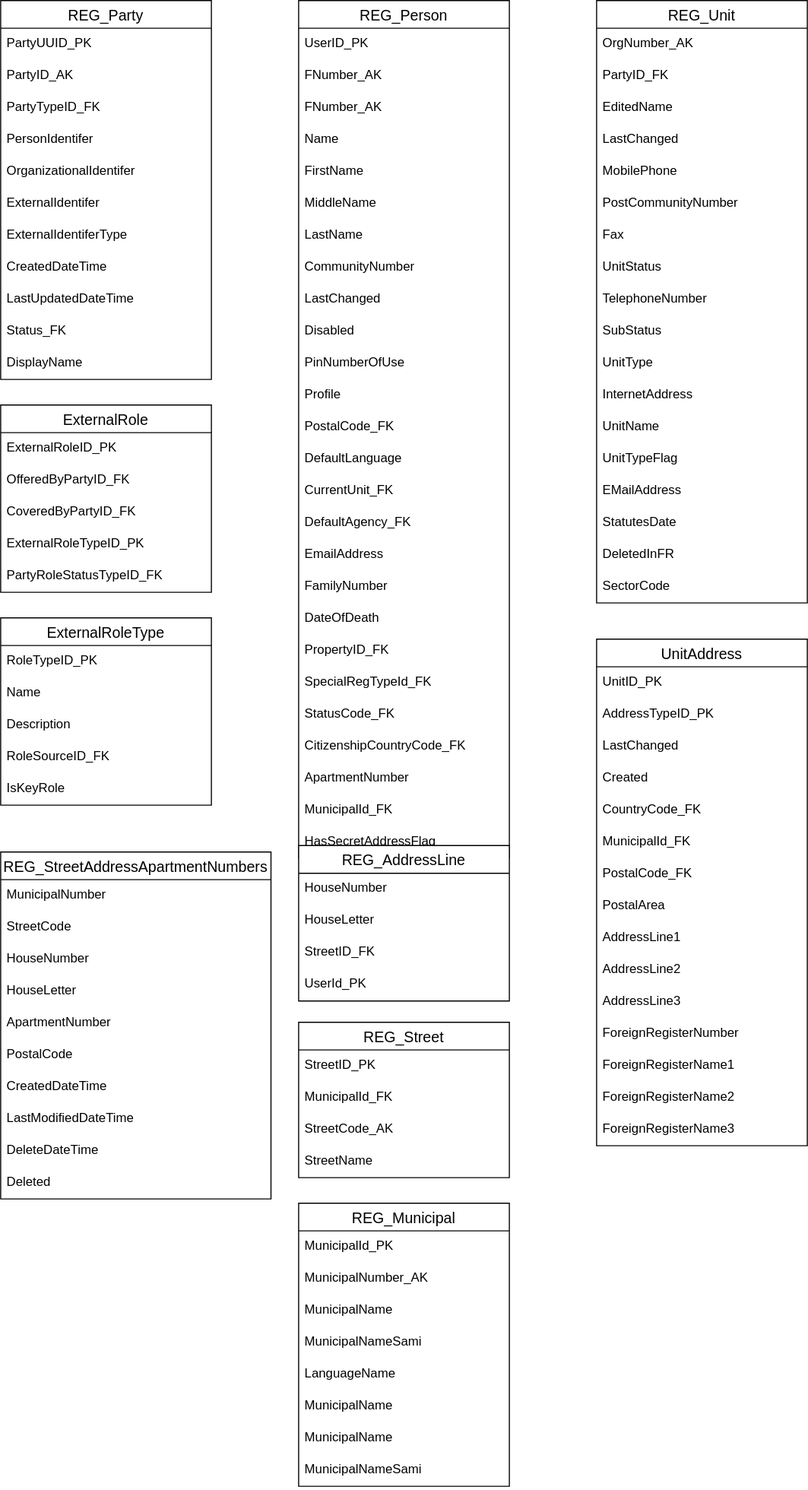
Before: content/technology/solutions/altinn-platform/register/dbdesignaltinn3.drawio.svg, a diagram exported from draw.io (Altinn/altinn-studio-docs). Source tidied: cells renumbered, new cells last; positions are measured from the earlier drawing's top-left corner, leaving out a move shared by most shapes.
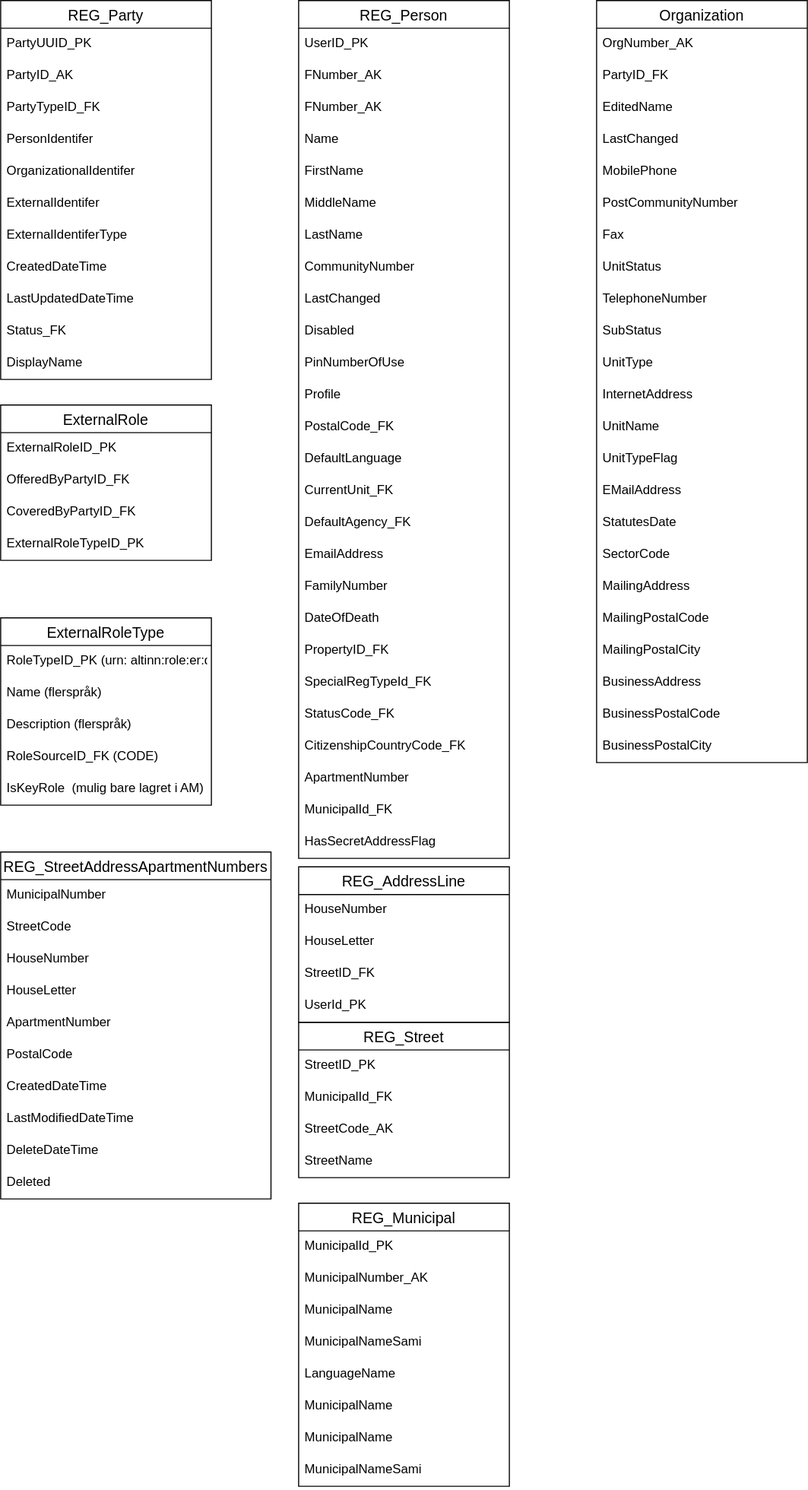
The same file after the commit.

What changed in the source:
```diff
@@ -119,8 +119,8 @@
     <mxCell id="40" value="HasSecretAddressFlag" style="text;strokeColor=none;fillColor=none;spacingLeft=4;spacingRight=4;overflow=hidden;fontSize=12;" parent="14" vertex="1">
       <mxGeometry y="776" width="198" height="30" as="geometry" />
     </mxCell>
-    <mxCell id="41" value="REG_Unit" style="swimlane;fontStyle=0;horizontal=1;startSize=26;align=center;fontSize=14;" parent="1" vertex="1">
-      <mxGeometry x="560" width="198" height="566" as="geometry" />
+    <mxCell id="41" value="Organization" style="swimlane;fontStyle=0;horizontal=1;startSize=26;align=center;fontSize=14;" parent="1" vertex="1">
+      <mxGeometry x="560" width="198" height="716" as="geometry" />
     </mxCell>
     <mxCell id="42" value="OrgNumber_AK" style="text;strokeColor=none;fillColor=none;spacingLeft=4;spacingRight=4;overflow=hidden;fontSize=12;" parent="41" vertex="1">
       <mxGeometry y="26" width="198" height="30" as="geometry" />
@@ -170,14 +170,29 @@
     <mxCell id="57" value="StatutesDate" style="text;strokeColor=none;fillColor=none;spacingLeft=4;spacingRight=4;overflow=hidden;fontSize=12;" parent="41" vertex="1">
       <mxGeometry y="476" width="198" height="30" as="geometry" />
     </mxCell>
-    <mxCell id="58" value="DeletedInFR" style="text;strokeColor=none;fillColor=none;spacingLeft=4;spacingRight=4;overflow=hidden;fontSize=12;" parent="41" vertex="1">
-      <mxGeometry y="506" width="198" height="30" as="geometry" />
-    </mxCell>
+    <mxCell id="118" value="SectorCode" style="text;strokeColor=none;fillColor=none;spacingLeft=4;spacingRight=4;overflow=hidden;fontSize=12;" parent="41" vertex="1">
+      <mxGeometry y="506" width="198" height="30" as="geometry" />
+    </mxCell>
-    <mxCell id="59" value="SectorCode" style="text;strokeColor=none;fillColor=none;spacingLeft=4;spacingRight=4;overflow=hidden;fontSize=12;" parent="41" vertex="1">
+    <mxCell id="59" value="MailingAddress " style="text;strokeColor=none;fillColor=none;spacingLeft=4;spacingRight=4;overflow=hidden;fontSize=12;" parent="41" vertex="1">
       <mxGeometry y="536" width="198" height="30" as="geometry" />
     </mxCell>
+    <mxCell id="119" value="MailingPostalCode " style="text;strokeColor=none;fillColor=none;spacingLeft=4;spacingRight=4;overflow=hidden;fontSize=12;" parent="41" vertex="1">
+      <mxGeometry y="566" width="198" height="30" as="geometry" />
+    </mxCell>
+    <mxCell id="120" value="MailingPostalCity " style="text;strokeColor=none;fillColor=none;spacingLeft=4;spacingRight=4;overflow=hidden;fontSize=12;" parent="41" vertex="1">
+      <mxGeometry y="596" width="198" height="30" as="geometry" />
+    </mxCell>
+    <mxCell id="121" value="BusinessAddress" style="text;strokeColor=none;fillColor=none;spacingLeft=4;spacingRight=4;overflow=hidden;fontSize=12;" parent="41" vertex="1">
+      <mxGeometry y="626" width="198" height="30" as="geometry" />
+    </mxCell>
+    <mxCell id="122" value="BusinessPostalCode" style="text;strokeColor=none;fillColor=none;spacingLeft=4;spacingRight=4;overflow=hidden;fontSize=12;" parent="41" vertex="1">
+      <mxGeometry y="656" width="198" height="30" as="geometry" />
+    </mxCell>
+    <mxCell id="123" value="BusinessPostalCity" style="text;strokeColor=none;fillColor=none;spacingLeft=4;spacingRight=4;overflow=hidden;fontSize=12;" parent="41" vertex="1">
+      <mxGeometry y="686" width="198" height="30" as="geometry" />
+    </mxCell>
     <mxCell id="60" value="ExternalRole" style="swimlane;fontStyle=0;horizontal=1;startSize=26;align=center;fontSize=14;" parent="1" vertex="1">
-      <mxGeometry y="380" width="198" height="176" as="geometry" />
+      <mxGeometry y="380" width="198" height="146" as="geometry" />
     </mxCell>
     <mxCell id="61" value="ExternalRoleID_PK" style="text;strokeColor=none;fillColor=none;spacingLeft=4;spacingRight=4;overflow=hidden;fontSize=12;" parent="60" vertex="1">
       <mxGeometry y="26" width="198" height="30" as="geometry" />
@@ -191,25 +206,22 @@
     <mxCell id="64" value="ExternalRoleTypeID_PK" style="text;strokeColor=none;fillColor=none;spacingLeft=4;spacingRight=4;overflow=hidden;fontSize=12;" parent="60" vertex="1">
       <mxGeometry y="116" width="198" height="30" as="geometry" />
     </mxCell>
-    <mxCell id="65" value="PartyRoleStatusTypeID_FK" style="text;strokeColor=none;fillColor=none;spacingLeft=4;spacingRight=4;overflow=hidden;fontSize=12;" parent="60" vertex="1">
-      <mxGeometry y="146" width="198" height="30" as="geometry" />
-    </mxCell>
     <mxCell id="66" value="ExternalRoleType" style="swimlane;fontStyle=0;horizontal=1;startSize=26;align=center;fontSize=14;" parent="1" vertex="1">
       <mxGeometry y="580" width="198" height="176" as="geometry" />
     </mxCell>
-    <mxCell id="67" value="RoleTypeID_PK" style="text;strokeColor=none;fillColor=none;spacingLeft=4;spacingRight=4;overflow=hidden;fontSize=12;" parent="66" vertex="1">
+    <mxCell id="67" value="RoleTypeID_PK (urn: altinn:role:er:dagl)" style="text;strokeColor=none;fillColor=none;spacingLeft=4;spacingRight=4;overflow=hidden;fontSize=12;" parent="66" vertex="1">
       <mxGeometry y="26" width="198" height="30" as="geometry" />
     </mxCell>
-    <mxCell id="68" value="Name" style="text;strokeColor=none;fillColor=none;spacingLeft=4;spacingRight=4;overflow=hidden;fontSize=12;" parent="66" vertex="1">
+    <mxCell id="68" value="Name (flerspråk)" style="text;strokeColor=none;fillColor=none;spacingLeft=4;spacingRight=4;overflow=hidden;fontSize=12;" parent="66" vertex="1">
       <mxGeometry y="56" width="198" height="30" as="geometry" />
     </mxCell>
-    <mxCell id="69" value="Description" style="text;strokeColor=none;fillColor=none;spacingLeft=4;spacingRight=4;overflow=hidden;fontSize=12;" parent="66" vertex="1">
+    <mxCell id="69" value="Description (flerspråk)" style="text;strokeColor=none;fillColor=none;spacingLeft=4;spacingRight=4;overflow=hidden;fontSize=12;" parent="66" vertex="1">
       <mxGeometry y="86" width="198" height="30" as="geometry" />
     </mxCell>
-    <mxCell id="70" value="RoleSourceID_FK" style="text;strokeColor=none;fillColor=none;spacingLeft=4;spacingRight=4;overflow=hidden;fontSize=12;" parent="66" vertex="1">
+    <mxCell id="70" value="RoleSourceID_FK (CODE)" style="text;strokeColor=none;fillColor=none;spacingLeft=4;spacingRight=4;overflow=hidden;fontSize=12;" parent="66" vertex="1">
       <mxGeometry y="116" width="198" height="30" as="geometry" />
     </mxCell>
-    <mxCell id="71" value="IsKeyRole" style="text;strokeColor=none;fillColor=none;spacingLeft=4;spacingRight=4;overflow=hidden;fontSize=12;" parent="66" vertex="1">
+    <mxCell id="71" value="IsKeyRole  (mulig bare lagret i AM)" style="text;strokeColor=none;fillColor=none;spacingLeft=4;spacingRight=4;overflow=hidden;fontSize=12;" parent="66" vertex="1">
       <mxGeometry y="146" width="198" height="30" as="geometry" />
     </mxCell>
     <mxCell id="72" value="REG_Street" style="swimlane;fontStyle=0;horizontal=1;startSize=26;align=center;fontSize=14;" parent="1" vertex="1">
@@ -288,7 +300,7 @@
       <mxGeometry y="236" width="198" height="30" as="geometry" />
     </mxCell>
     <mxCell id="97" value="REG_AddressLine" style="swimlane;fontStyle=0;horizontal=1;startSize=26;align=center;fontSize=14;" parent="1" vertex="1">
-      <mxGeometry x="280" y="794" width="198" height="146" as="geometry" />
+      <mxGeometry x="280" y="814" width="198" height="146" as="geometry" />
     </mxCell>
     <mxCell id="98" value="HouseNumber" style="text;strokeColor=none;fillColor=none;spacingLeft=4;spacingRight=4;overflow=hidden;fontSize=12;" parent="97" vertex="1">
       <mxGeometry y="26" width="198" height="30" as="geometry" />
@@ -302,53 +314,5 @@
     <mxCell id="101" value="UserId_PK" style="text;strokeColor=none;fillColor=none;spacingLeft=4;spacingRight=4;overflow=hidden;fontSize=12;" parent="97" vertex="1">
       <mxGeometry y="116" width="198" height="30" as="geometry" />
     </mxCell>
-    <mxCell id="102" value="UnitAddress" style="swimlane;fontStyle=0;horizontal=1;startSize=26;align=center;fontSize=14;" parent="1" vertex="1">
-      <mxGeometry x="560" y="600" width="198" height="476" as="geometry" />
-    </mxCell>
-    <mxCell id="103" value="UnitID_PK" style="text;strokeColor=none;fillColor=none;spacingLeft=4;spacingRight=4;overflow=hidden;fontSize=12;" parent="102" vertex="1">
-      <mxGeometry y="26" width="198" height="30" as="geometry" />
-    </mxCell>
-    <mxCell id="104" value="AddressTypeID_PK" style="text;strokeColor=none;fillColor=none;spacingLeft=4;spacingRight=4;overflow=hidden;fontSize=12;" parent="102" vertex="1">
-      <mxGeometry y="56" width="198" height="30" as="geometry" />
-    </mxCell>
-    <mxCell id="105" value="LastChanged" style="text;strokeColor=none;fillColor=none;spacingLeft=4;spacingRight=4;overflow=hidden;fontSize=12;" parent="102" vertex="1">
-      <mxGeometry y="86" width="198" height="30" as="geometry" />
-    </mxCell>
-    <mxCell id="106" value="Created" style="text;strokeColor=none;fillColor=none;spacingLeft=4;spacingRight=4;overflow=hidden;fontSize=12;" parent="102" vertex="1">
-      <mxGeometry y="116" width="198" height="30" as="geometry" />
-    </mxCell>
-    <mxCell id="107" value="CountryCode_FK" style="text;strokeColor=none;fillColor=none;spacingLeft=4;spacingRight=4;overflow=hidden;fontSize=12;" parent="102" vertex="1">
-      <mxGeometry y="146" width="198" height="30" as="geometry" />
-    </mxCell>
-    <mxCell id="108" value="MunicipalId_FK" style="text;strokeColor=none;fillColor=none;spacingLeft=4;spacingRight=4;overflow=hidden;fontSize=12;" parent="102" vertex="1">
-      <mxGeometry y="176" width="198" height="30" as="geometry" />
-    </mxCell>
-    <mxCell id="109" value="PostalCode_FK" style="text;strokeColor=none;fillColor=none;spacingLeft=4;spacingRight=4;overflow=hidden;fontSize=12;" parent="102" vertex="1">
-      <mxGeometry y="206" width="198" height="30" as="geometry" />
-    </mxCell>
-    <mxCell id="110" value="PostalArea" style="text;strokeColor=none;fillColor=none;spacingLeft=4;spacingRight=4;overflow=hidden;fontSize=12;" parent="102" vertex="1">
-      <mxGeometry y="236" width="198" height="30" as="geometry" />
-    </mxCell>
-    <mxCell id="111" value="AddressLine1" style="text;strokeColor=none;fillColor=none;spacingLeft=4;spacingRight=4;overflow=hidden;fontSize=12;" parent="102" vertex="1">
-      <mxGeometry y="266" width="198" height="30" as="geometry" />
-    </mxCell>
-    <mxCell id="112" value="AddressLine2" style="text;strokeColor=none;fillColor=none;spacingLeft=4;spacingRight=4;overflow=hidden;fontSize=12;" parent="102" vertex="1">
-      <mxGeometry y="296" width="198" height="30" as="geometry" />
-    </mxCell>
-    <mxCell id="113" value="AddressLine3" style="text;strokeColor=none;fillColor=none;spacingLeft=4;spacingRight=4;overflow=hidden;fontSize=12;" parent="102" vertex="1">
-      <mxGeometry y="326" width="198" height="30" as="geometry" />
-    </mxCell>
-    <mxCell id="114" value="ForeignRegisterNumber" style="text;strokeColor=none;fillColor=none;spacingLeft=4;spacingRight=4;overflow=hidden;fontSize=12;" parent="102" vertex="1">
-      <mxGeometry y="356" width="198" height="30" as="geometry" />
-    </mxCell>
-    <mxCell id="115" value="ForeignRegisterName1" style="text;strokeColor=none;fillColor=none;spacingLeft=4;spacingRight=4;overflow=hidden;fontSize=12;" parent="102" vertex="1">
-      <mxGeometry y="386" width="198" height="30" as="geometry" />
-    </mxCell>
-    <mxCell id="116" value="ForeignRegisterName2" style="text;strokeColor=none;fillColor=none;spacingLeft=4;spacingRight=4;overflow=hidden;fontSize=12;" parent="102" vertex="1">
-      <mxGeometry y="416" width="198" height="30" as="geometry" />
-    </mxCell>
-    <mxCell id="117" value="ForeignRegisterName3" style="text;strokeColor=none;fillColor=none;spacingLeft=4;spacingRight=4;overflow=hidden;fontSize=12;" parent="102" vertex="1">
-      <mxGeometry y="446" width="198" height="30" as="geometry" />
-    </mxCell>
   </root>
 </mxGraphModel>
```
